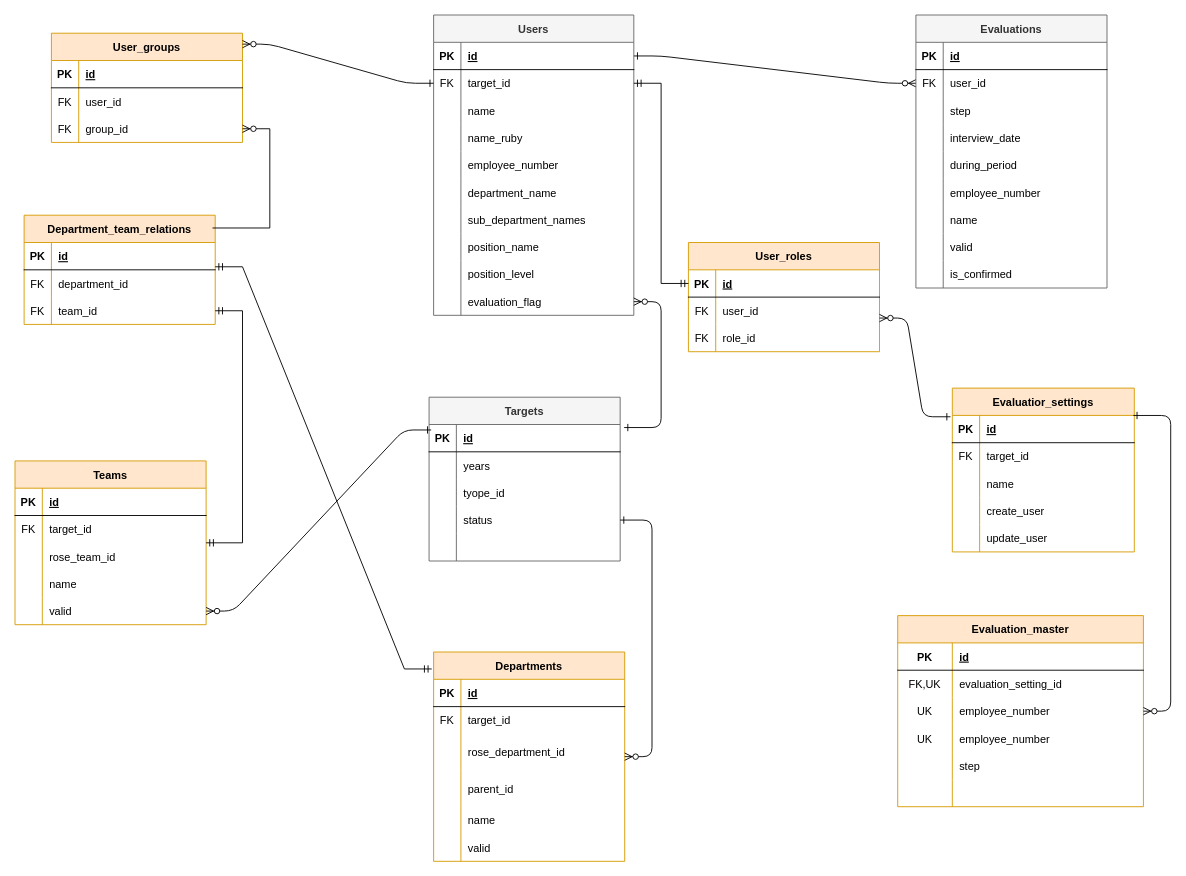
The draw.io diagram 名称未設定ファイル.drawio in satohirok/twitter_clone_ER, before the edit. Source tidied: cells renumbered, new cells numbered last; positions are measured from the earlier drawing's top-left corner, leaving out a move shared by most shapes. Both pictures are drawn from the tidied source at 91%, with x=0, y=0 at pixel (-217, 15).
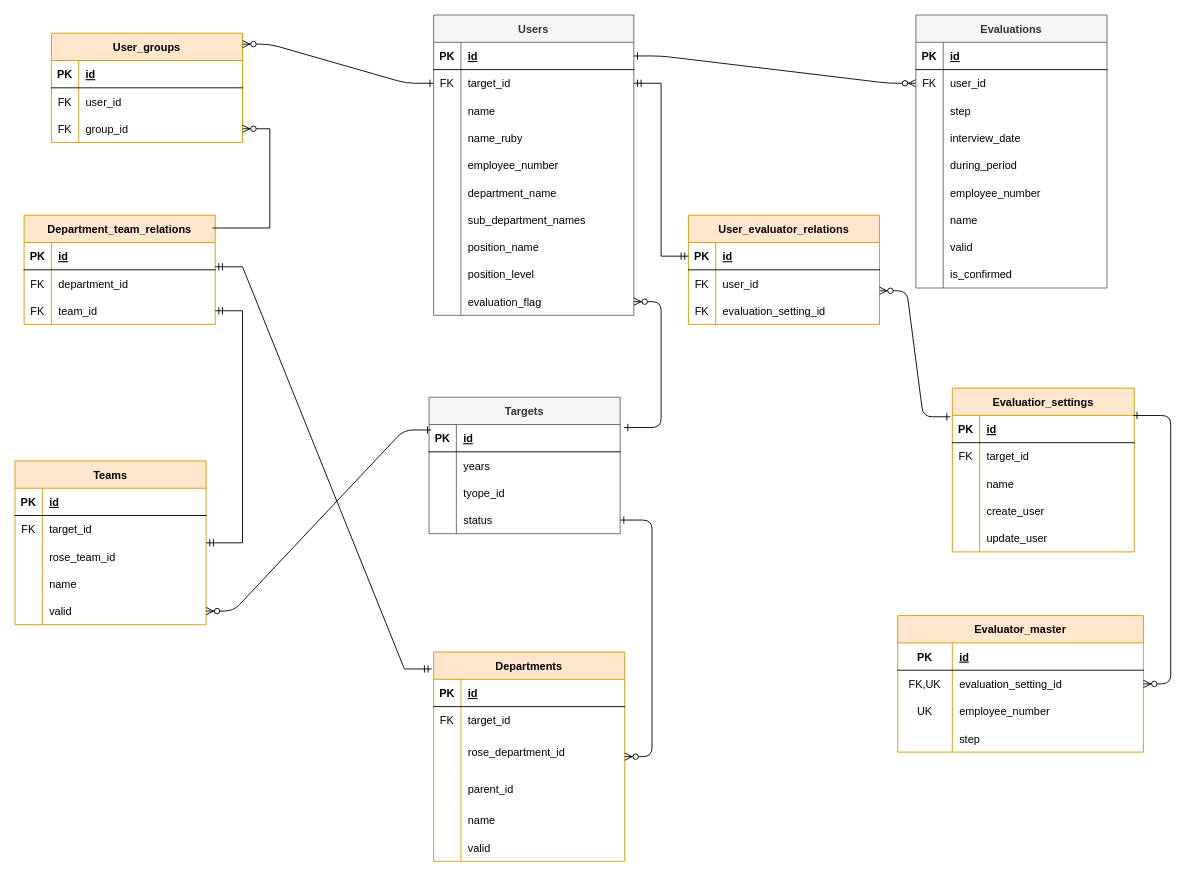
The same diagram, later.

Commit message (it also covers changes not shown here):
名称未設定ファイル.drawio を更新します

The change refers to these unchanged cells:
```xml
<mxCell id="38" style="shape=partialRectangle;fillColor=none;top=0;left=0;right=0;bottom=0;" parent="31" vertex="1">
  <mxGeometry y="90" width="210" height="30" as="geometry" />
</mxCell>
```

Diff of the diagram source:
```diff
@@
-    <mxCell id="31" value="User_roles" style="shape=table;startSize=30;childLayout=tableLayout;rowLines=0;fontStyle=1;align=center;fillColor=#ffe6cc;strokeColor=#d79b00;" parent="1" vertex="1">
-      <mxGeometry x="995" y="250" width="210" height="120" as="geometry" />
+    <mxCell id="31" value="User_evaluator_relations" style="shape=table;startSize=30;childLayout=tableLayout;rowLines=0;fontStyle=1;align=center;fillColor=#ffe6cc;strokeColor=#d79b00;" parent="1" vertex="1">
+      <mxGeometry x="995" y="220" width="210" height="120" as="geometry" />
     </mxCell>
@@
-    <mxCell id="40" value="role_id" style="shape=partialRectangle;overflow=hidden;fillColor=none;top=0;left=0;bottom=0;right=0;align=left;spacingLeft=6;" parent="38" vertex="1">
+    <mxCell id="40" value="evaluation_setting_id" style="shape=partialRectangle;overflow=hidden;fillColor=none;top=0;left=0;bottom=0;right=0;align=left;spacingLeft=6;" parent="38" vertex="1">
       <mxGeometry x="30" width="180" height="30" as="geometry" />
     </mxCell>
@@
-    <mxCell id="88" value="Evaluation_master" style="shape=table;startSize=30;childLayout=tableLayout;rowLines=0;fontStyle=1;align=center;fillColor=#ffe6cc;strokeColor=#d79b00;" parent="1" vertex="1">
-      <mxGeometry x="1225" y="660" width="270" height="210" as="geometry" />
+    <mxCell id="88" value="Evaluator_master" style="shape=table;startSize=30;childLayout=tableLayout;rowLines=0;fontStyle=1;align=center;fillColor=#ffe6cc;strokeColor=#d79b00;" parent="1" vertex="1">
+      <mxGeometry x="1225" y="660" width="270" height="150" as="geometry" />
     </mxCell>
@@
-    <mxCell id="98" style="shape=partialRectangle;fillColor=none;top=0;left=0;right=0;bottom=0;" parent="88" vertex="1">
-      <mxGeometry y="120" width="270" height="30" as="geometry" />
-    </mxCell>
-    <mxCell id="99" value="UK" style="shape=partialRectangle;overflow=hidden;fillColor=none;top=0;left=0;bottom=0;right=0;" parent="98" vertex="1">
-      <mxGeometry width="60" height="30" as="geometry" />
-    </mxCell>
-    <mxCell id="100" value="employee_number" style="shape=partialRectangle;overflow=hidden;fillColor=none;top=0;left=0;bottom=0;right=0;align=left;spacingLeft=6;" parent="98" vertex="1">
-      <mxGeometry x="60" width="210" height="30" as="geometry" />
-    </mxCell>
     <mxCell id="101" style="shape=partialRectangle;fillColor=none;top=0;left=0;right=0;bottom=0;" parent="88" vertex="1">
-      <mxGeometry y="150" width="270" height="30" as="geometry" />
+      <mxGeometry y="120" width="270" height="30" as="geometry" />
     </mxCell>
@@
-    <mxCell id="104" style="shape=partialRectangle;fillColor=none;top=0;left=0;right=0;bottom=0;" parent="88" vertex="1">
-      <mxGeometry y="180" width="270" height="30" as="geometry" />
-    </mxCell>
-    <mxCell id="105" style="shape=partialRectangle;overflow=hidden;fillColor=none;top=0;left=0;bottom=0;right=0;" parent="104" vertex="1">
-      <mxGeometry width="60" height="30" as="geometry" />
-    </mxCell>
-    <mxCell id="106" style="shape=partialRectangle;overflow=hidden;fillColor=none;top=0;left=0;bottom=0;right=0;align=left;spacingLeft=6;" parent="104" vertex="1">
-      <mxGeometry x="60" width="210" height="30" as="geometry" />
-    </mxCell>
@@
     <mxCell id="169" value="Targets" style="shape=table;startSize=30;childLayout=tableLayout;rowLines=0;fontStyle=1;align=center;fillColor=#f5f5f5;fontColor=#333333;strokeColor=#666666;" parent="1" vertex="1">
-      <mxGeometry x="710" y="420" width="210" height="180" as="geometry" />
+      <mxGeometry x="710" y="420" width="210" height="150" as="geometry" />
     </mxCell>
@@
-    <mxCell id="182" style="shape=partialRectangle;fillColor=none;top=0;left=0;right=0;bottom=0;" parent="169" vertex="1">
-      <mxGeometry y="150" width="210" height="30" as="geometry" />
-    </mxCell>
-    <mxCell id="183" style="shape=partialRectangle;overflow=hidden;fillColor=none;top=0;left=0;bottom=0;right=0;" parent="182" vertex="1">
-      <mxGeometry width="30" height="30" as="geometry" />
-    </mxCell>
-    <mxCell id="184" style="shape=partialRectangle;overflow=hidden;fillColor=none;top=0;left=0;bottom=0;right=0;align=left;spacingLeft=6;" parent="182" vertex="1">
-      <mxGeometry x="30" width="180" height="30" as="geometry" />
-    </mxCell>
```
